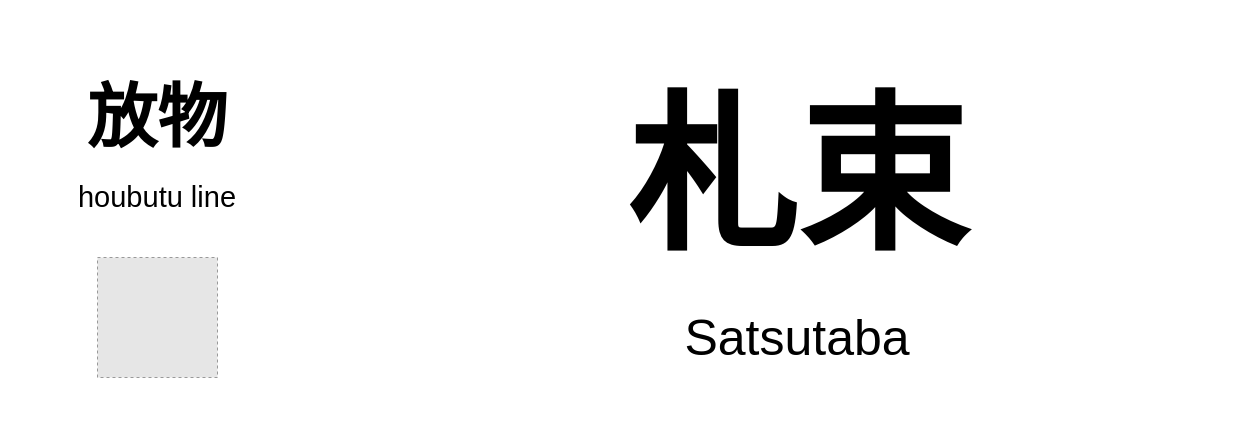
This is page "satutaba" (8 of 14) of 放物.drawio from chainsawsteel1/drawio-files, a draw.io file, before an edit. Source tidied: cells renumbered, new cells numbered last; positions are measured from the earlier drawing's top-left corner, leaving out a move shared by most shapes. Both pictures are drawn from the tidied source at 100%, with x=0, y=0 at pixel (17, 17). Pictures stored in the file or linked from it are replaced by grey dashed boxes.
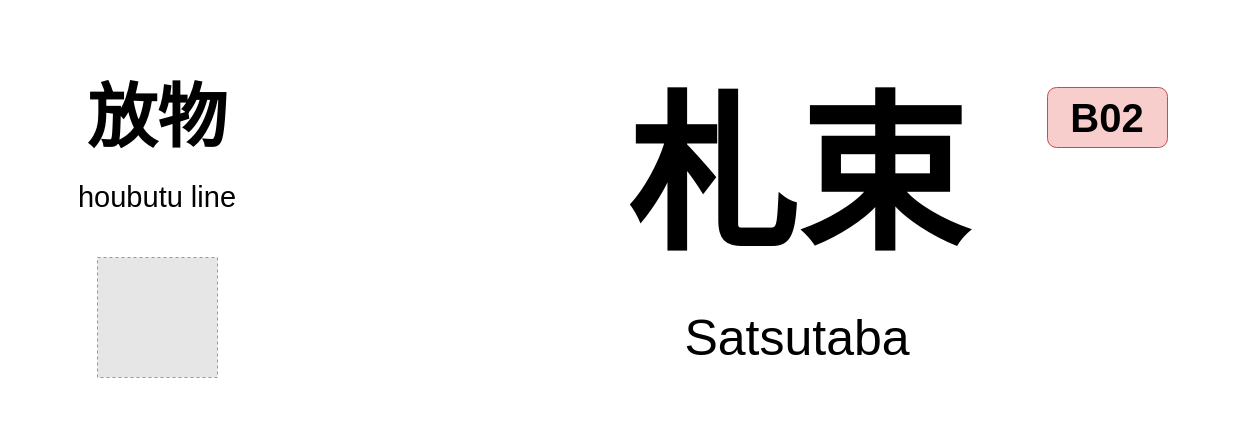
After the change.

Diff of the diagram source:
```diff
@@
 <mxGraphModel>
   <root>
     <mxCell id="0" />
     <mxCell id="1" parent="0" />
     <mxCell id="2" value="&lt;font size=&quot;1&quot;&gt;&lt;b style=&quot;font-size: 70px;&quot;&gt;放物&lt;/b&gt;&lt;/font&gt;" style="text;html=1;align=center;verticalAlign=middle;whiteSpace=wrap;rounded=0;" parent="1" vertex="1">
       <mxGeometry x="40" y="60" width="200" height="80" as="geometry" />
     </mxCell>
     <mxCell id="3" value="&lt;font size=&quot;1&quot;&gt;&lt;b style=&quot;font-size: 170px;&quot;&gt;札束&lt;/b&gt;&lt;/font&gt;" style="text;html=1;align=center;verticalAlign=middle;whiteSpace=wrap;rounded=0;" parent="1" vertex="1">
       <mxGeometry x="400" y="60" width="760" height="200" as="geometry" />
     </mxCell>
     <mxCell id="4" value="&lt;font style=&quot;font-size: 50px;&quot;&gt;Satsutaba&lt;/font&gt;" style="text;html=1;align=center;verticalAlign=middle;whiteSpace=wrap;rounded=0;" parent="1" vertex="1">
       <mxGeometry x="400" y="280" width="760" height="80" as="geometry" />
     </mxCell>
     <mxCell id="5" value="&lt;font style=&quot;font-size: 29px;&quot;&gt;houbutu line&lt;br&gt;&lt;/font&gt;" style="text;html=1;align=center;verticalAlign=middle;whiteSpace=wrap;rounded=0;" parent="1" vertex="1">
       <mxGeometry x="40" y="160" width="200" height="40" as="geometry" />
     </mxCell>
     <mxCell id="6" style="fillColor=#E6E6E6;strokeColor=#999999;dashed=1;verticalLabelPosition=bottom;labelBackgroundColor=default;verticalAlign=top;" parent="1" vertex="1">
       <mxGeometry x="80" y="240" width="120" height="120" as="geometry" />
     </mxCell>
     <mxCell id="7" value="&amp;nbsp;" style="text;html=1;align=center;verticalAlign=middle;whiteSpace=wrap;rounded=0;" parent="1" vertex="1">
       <mxGeometry width="1200" height="20" as="geometry" />
     </mxCell>
     <mxCell id="8" value="&amp;nbsp;" style="text;html=1;align=center;verticalAlign=middle;whiteSpace=wrap;rounded=0;" parent="1" vertex="1">
       <mxGeometry y="380" width="1200" height="20" as="geometry" />
     </mxCell>
+    <mxCell id="9" value="&lt;font size=&quot;1&quot;&gt;&lt;b&gt;&lt;font style=&quot;font-size: 40px;&quot;&gt;B02&lt;/font&gt;&lt;/b&gt;&lt;/font&gt;" style="rounded=1;whiteSpace=wrap;html=1;fillColor=#f8cecc;strokeColor=#b85450;" parent="1" vertex="1">
+      <mxGeometry x="1030" y="70" width="120" height="60" as="geometry" />
+    </mxCell>
   </root>
 </mxGraphModel>
```
